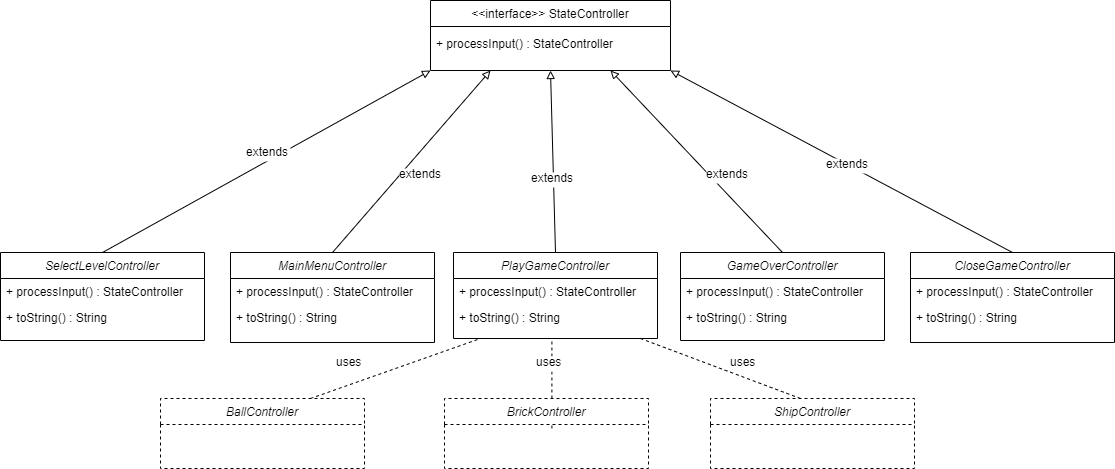
Earlier version of the draw.io export docs/state.png (ricardofdc/LPOO_19-20). Source tidied: cells renumbered, new cells last; positions are measured from the earlier drawing's top-left corner, leaving out a move shared by most shapes.
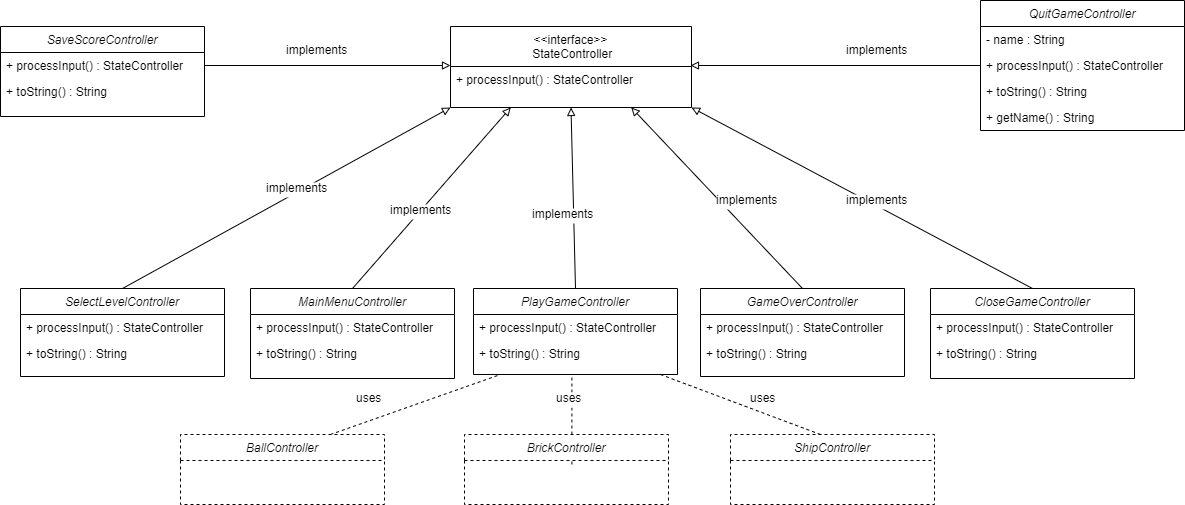
After the change.

What changed in the source:
```diff
@@ -11,21 +11,9 @@
     <mxCell id="4" style="edgeStyle=none;rounded=0;jettySize=auto;html=1;exitX=0.5;exitY=0;exitDx=0;exitDy=0;endArrow=block;endFill=0;entryX=0.75;entryY=1;entryDx=0;entryDy=0;" parent="1" edge="1" source="20" target="29">
       <mxGeometry relative="1" as="geometry" />
     </mxCell>
-    <mxCell id="5" value="extends" style="text;align=left;verticalAlign=top;spacingLeft=4;spacingRight=4;overflow=hidden;labelBackgroundColor=#ffffff;" parent="1" vertex="1">
-      <mxGeometry x="393" y="160" width="60" height="26" as="geometry" />
-    </mxCell>
-    <mxCell id="6" value="extends" style="text;align=left;verticalAlign=top;spacingLeft=4;spacingRight=4;overflow=hidden;labelBackgroundColor=#ffffff;" parent="1" vertex="1">
-      <mxGeometry x="525" y="164" width="60" height="26" as="geometry" />
-    </mxCell>
-    <mxCell id="7" value="extends" style="text;align=left;verticalAlign=top;spacingLeft=4;spacingRight=4;overflow=hidden;labelBackgroundColor=#ffffff;" parent="1" vertex="1">
-      <mxGeometry x="700" y="160" width="60" height="26" as="geometry" />
-    </mxCell>
     <mxCell id="8" style="edgeStyle=none;rounded=0;jettySize=auto;html=1;exitX=0.5;exitY=0;exitDx=0;exitDy=0;endArrow=block;endFill=0;entryX=1;entryY=1;entryDx=0;entryDy=0;" parent="1" edge="1" source="23" target="29">
       <mxGeometry relative="1" as="geometry" />
     </mxCell>
-    <mxCell id="9" value="extends" style="text;align=left;verticalAlign=top;spacingLeft=4;spacingRight=4;overflow=hidden;labelBackgroundColor=#ffffff;" parent="1" vertex="1">
-      <mxGeometry x="820" y="150" width="60" height="26" as="geometry" />
-    </mxCell>
     <mxCell id="10" style="edgeStyle=none;rounded=0;orthogonalLoop=1;jettySize=auto;html=1;entryX=0.75;entryY=1;entryDx=0;entryDy=0;endArrow=block;endFill=0;" parent="1" edge="1">
       <mxGeometry relative="1" as="geometry">
         <mxPoint x="712.5" y="160" as="sourcePoint" />
@@ -38,8 +26,8 @@
     <mxCell id="12" style="edgeStyle=none;rounded=0;jettySize=auto;html=1;exitX=0.5;exitY=0;exitDx=0;exitDy=0;entryX=0;entryY=1;entryDx=0;entryDy=0;endArrow=block;endFill=0;" parent="1" edge="1" source="26" target="29">
       <mxGeometry relative="1" as="geometry" />
     </mxCell>
-    <mxCell id="13" value="extends" style="text;align=left;verticalAlign=top;spacingLeft=4;spacingRight=4;overflow=hidden;labelBackgroundColor=#ffffff;" parent="1" vertex="1">
-      <mxGeometry x="240" y="138" width="60" height="26" as="geometry" />
+    <mxCell id="13" value="implements" style="text;align=left;verticalAlign=top;spacingLeft=4;spacingRight=4;overflow=hidden;labelBackgroundColor=#ffffff;" parent="1" vertex="1">
+      <mxGeometry x="240" y="138" width="80" height="26" as="geometry" />
     </mxCell>
     <mxCell id="14" value="PlayGameController" style="swimlane;fontStyle=2;align=center;verticalAlign=top;horizontal=1;startSize=26;rounded=0;shadow=0;strokeWidth=1;" parent="1" vertex="1">
       <mxGeometry x="453" y="252" width="204" height="86" as="geometry" />
@@ -86,8 +74,8 @@
     <mxCell id="28" value="+ toString() : String" style="text;align=left;verticalAlign=top;spacingLeft=4;spacingRight=4;overflow=hidden;rounded=0;shadow=0;html=0;" parent="26" vertex="1">
       <mxGeometry y="52" width="204" height="26" as="geometry" />
     </mxCell>
-    <mxCell id="29" value="&lt;&lt;interface&gt;&gt; StateController" style="swimlane;fontStyle=0;align=center;verticalAlign=top;horizontal=1;startSize=26;rounded=0;shadow=0;strokeWidth=1;" parent="1" vertex="1">
-      <mxGeometry x="430" width="240" height="70" as="geometry" />
+    <mxCell id="29" value="&lt;&lt;interface&gt;&gt;&#10; StateController" style="swimlane;fontStyle=0;align=center;verticalAlign=top;horizontal=1;startSize=40;rounded=0;shadow=0;strokeWidth=1;perimeterSpacing=0;" parent="1" vertex="1">
+      <mxGeometry x="430" y="-10" width="241" height="81" as="geometry" />
     </mxCell>
     <mxCell id="30" style="endArrow=none;dashed=1;html=1;" parent="1" edge="1">
       <mxGeometry relative="1" as="geometry">
@@ -125,5 +113,57 @@
     <mxCell id="38" value="ShipController" style="swimlane;fontStyle=2;align=center;verticalAlign=top;horizontal=1;startSize=26;rounded=0;shadow=0;strokeWidth=1;dashed=1;" parent="1" vertex="1">
       <mxGeometry x="710" y="398" width="204" height="70" as="geometry" />
     </mxCell>
+    <mxCell id="39" value="SaveScoreController" style="swimlane;fontStyle=2;align=center;verticalAlign=top;horizontal=1;startSize=26;rounded=0;shadow=0;strokeWidth=1;" parent="1" vertex="1">
+      <mxGeometry x="-20" y="-10" width="204" height="90" as="geometry" />
+    </mxCell>
+    <mxCell id="40" value="+ processInput() : StateController" style="text;align=left;verticalAlign=top;spacingLeft=4;spacingRight=4;overflow=hidden;points=[[0,0.5],[1,0.5]];portConstraint=eastwest;" parent="39" vertex="1">
+      <mxGeometry y="26" width="204" height="26" as="geometry" />
+    </mxCell>
+    <mxCell id="41" value="+ toString() : String" style="text;align=left;verticalAlign=top;spacingLeft=4;spacingRight=4;overflow=hidden;rounded=0;shadow=0;html=0;" parent="39" vertex="1">
+      <mxGeometry y="52" width="204" height="26" as="geometry" />
+    </mxCell>
+    <mxCell id="42" style="edgeStyle=orthogonalEdgeStyle;rounded=0;jettySize=auto;html=1;exitX=1;exitY=0.5;exitDx=0;exitDy=0;endArrow=block;endFill=0;" parent="1" edge="1" source="40">
+      <mxGeometry relative="1" as="geometry">
+        <mxPoint x="430" y="29" as="targetPoint" />
+      </mxGeometry>
+    </mxCell>
+    <mxCell id="43" style="edgeStyle=orthogonalEdgeStyle;rounded=0;jettySize=auto;html=1;exitX=0;exitY=0.5;exitDx=0;exitDy=0;endArrow=block;endFill=0;" parent="1" edge="1" source="49">
+      <mxGeometry relative="1" as="geometry">
+        <mxPoint x="670" y="29" as="targetPoint" />
+      </mxGeometry>
+    </mxCell>
+    <mxCell id="44" value="+ getName() : String" style="text;align=left;verticalAlign=top;spacingLeft=4;spacingRight=4;overflow=hidden;rounded=0;shadow=0;html=0;" parent="1" vertex="1">
+      <mxGeometry x="960" y="68" width="204" height="26" as="geometry" />
+    </mxCell>
+    <mxCell id="45" value="implements" style="text;align=left;verticalAlign=top;spacingLeft=4;spacingRight=4;overflow=hidden;labelBackgroundColor=#ffffff;" parent="1" vertex="1">
+      <mxGeometry x="260" width="80" height="26" as="geometry" />
+    </mxCell>
+    <mxCell id="46" value="implements" style="text;align=left;verticalAlign=top;spacingLeft=4;spacingRight=4;overflow=hidden;labelBackgroundColor=#ffffff;" parent="1" vertex="1">
+      <mxGeometry x="820" width="80" height="26" as="geometry" />
+    </mxCell>
+    <mxCell id="47" value="QuitGameController" style="swimlane;fontStyle=2;align=center;verticalAlign=top;horizontal=1;startSize=26;rounded=0;shadow=0;strokeWidth=1;" parent="1" vertex="1">
+      <mxGeometry x="960" y="-36" width="204" height="130" as="geometry" />
+    </mxCell>
+    <mxCell id="48" value="- name : String" style="text;align=left;verticalAlign=top;spacingLeft=4;spacingRight=4;overflow=hidden;rounded=0;shadow=0;html=0;" parent="47" vertex="1">
+      <mxGeometry y="26" width="204" height="26" as="geometry" />
+    </mxCell>
+    <mxCell id="49" value="+ processInput() : StateController" style="text;align=left;verticalAlign=top;spacingLeft=4;spacingRight=4;overflow=hidden;points=[[0,0.5],[1,0.5]];portConstraint=eastwest;" parent="47" vertex="1">
+      <mxGeometry y="52" width="204" height="26" as="geometry" />
+    </mxCell>
+    <mxCell id="50" value="+ toString() : String" style="text;align=left;verticalAlign=top;spacingLeft=4;spacingRight=4;overflow=hidden;rounded=0;shadow=0;html=0;" parent="47" vertex="1">
+      <mxGeometry y="78" width="204" height="26" as="geometry" />
+    </mxCell>
+    <mxCell id="51" value="implements" style="text;align=left;verticalAlign=top;spacingLeft=4;spacingRight=4;overflow=hidden;labelBackgroundColor=#ffffff;" parent="1" vertex="1">
+      <mxGeometry x="364" y="160" width="80" height="26" as="geometry" />
+    </mxCell>
+    <mxCell id="52" value="implements" style="text;align=left;verticalAlign=top;spacingLeft=4;spacingRight=4;overflow=hidden;labelBackgroundColor=#ffffff;" parent="1" vertex="1">
+      <mxGeometry x="506" y="164" width="80" height="26" as="geometry" />
+    </mxCell>
+    <mxCell id="53" value="implements" style="text;align=left;verticalAlign=top;spacingLeft=4;spacingRight=4;overflow=hidden;labelBackgroundColor=#ffffff;" parent="1" vertex="1">
+      <mxGeometry x="690" y="150" width="80" height="26" as="geometry" />
+    </mxCell>
+    <mxCell id="54" value="implements" style="text;align=left;verticalAlign=top;spacingLeft=4;spacingRight=4;overflow=hidden;labelBackgroundColor=#ffffff;" parent="1" vertex="1">
+      <mxGeometry x="820" y="150" width="80" height="26" as="geometry" />
+    </mxCell>
   </root>
 </mxGraphModel>
```
